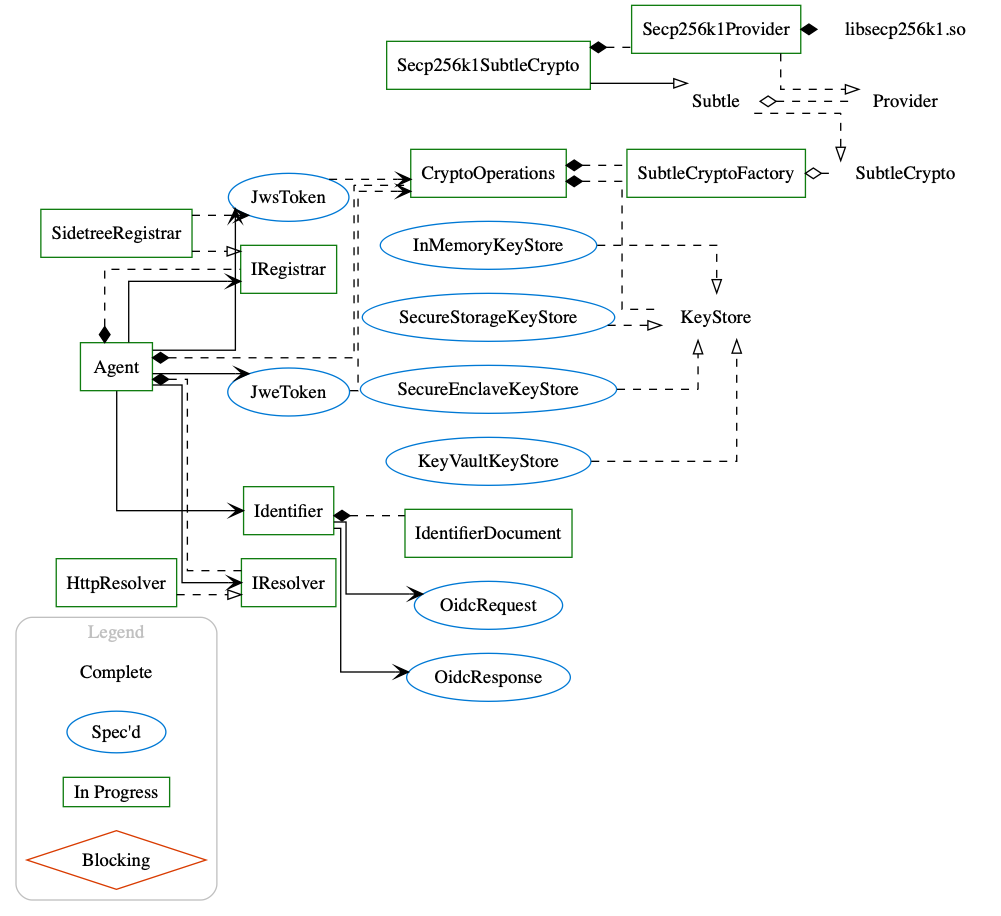
The Graphviz diagram docs/assets/overallStatus.gv.png in microsoft/VerifiableCredential-SDK-Android, before a commit. Its source is kept beside it as docs/assets/overallStatus.gv.
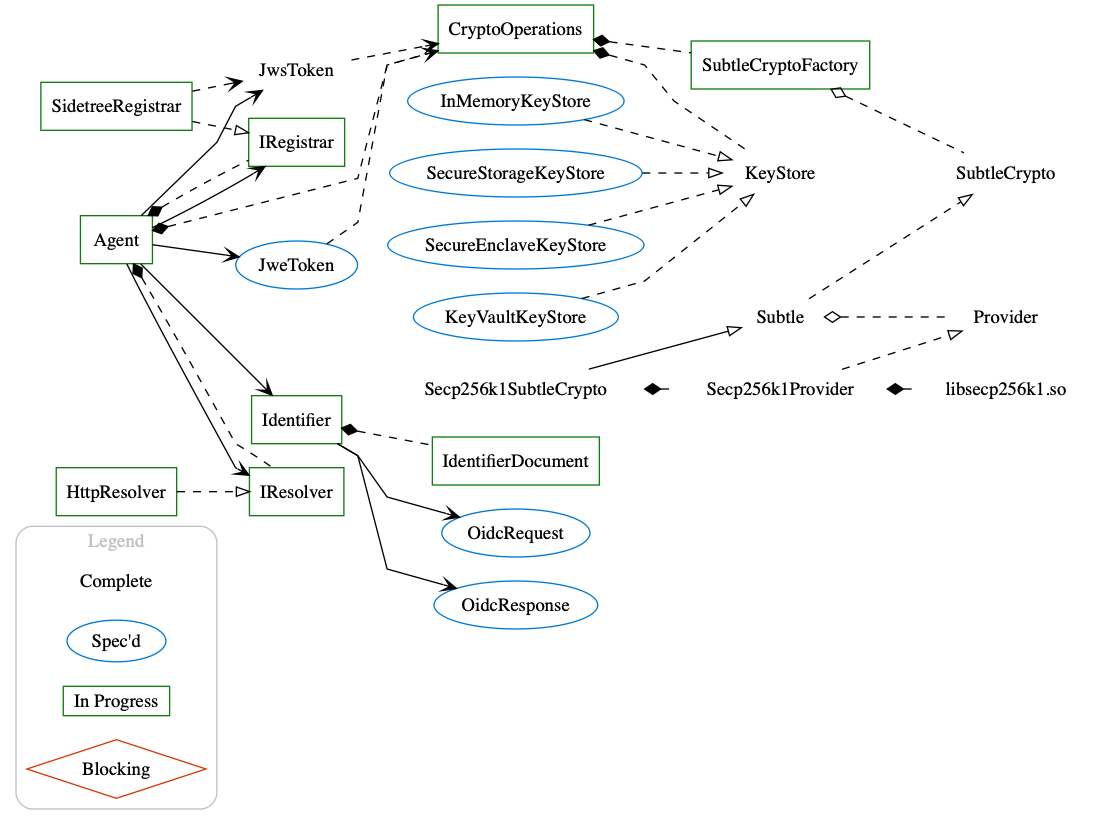
After the change.

Commit message:
Updated the status png for this week.

Change to the diagram source:
```diff
@@ -1,11 +1,11 @@
 digraph architecture {
   layers="public:private"
-  splines=ortho
+  splines=polyline
   rankdir=LR
   center=true
   ranksep=0
   layout=dot
-  ranksep=0
+  ranksep=0.3
 
   subgraph clusterLegend {
     ranksep=1
@@ -26,6 +26,7 @@
 
   node[color=none, layer=public]
 
+  JwsToken
 
   SubtleCrypto
 
@@ -35,6 +36,9 @@
   libsecp256k1[label="libsecp256k1.so", layer=private]
 
   KeyStore
+
+  Secp256k1SubtleCrypto
+  Secp256k1Provider
 
   node[color="#107c10", shape=box, layer=public]
 
@@ -49,17 +53,14 @@
   HttpResolver
 
   CryptoOperations
+
   SubtleCryptoFactory
-
-  Secp256k1SubtleCrypto[color="#107c10"]
-  Secp256k1Provider[color="#107c10"]
 
   node[color="#0078d4", shape=ellipse, layer=public]
 
   OidcRequest
   OidcResponse
 
-  JwsToken
   JweToken
 
   SecureStorageKeyStore[layer=private]
@@ -68,7 +69,6 @@
   InMemoryKeyStore[layer=private]
 
   node[color="#d83b01", shape="diamond", layer=public]
-
 
   edge[arrowhead="open"]
   Agent -> Identifier
```
